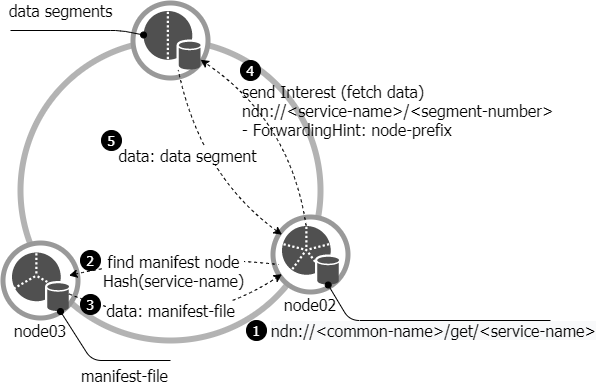
uni2u/difs keeps this draw.io diagram as img/acm21-get.png. Above is the earlier version. Source tidied: cells renumbered, new cells last; positions are measured from the earlier drawing's top-left corner, leaving out a move shared by most shapes.
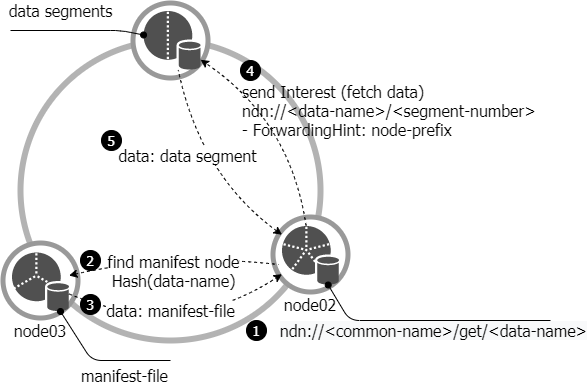
Above is the later version.

The edit, as a diff of the source:
```diff
@@ -56,7 +56,7 @@
         </Array>
       </mxGeometry>
     </mxCell>
-    <mxCell id="18" value="&lt;span style=&quot;font-size: 16px ; text-align: left ; background-color: rgb(248 , 249 , 250)&quot;&gt;ndn://&amp;lt;common-name&amp;gt;/get/&amp;lt;service-name&amp;gt;&lt;/span&gt;" style="endArrow=none;html=1;startArrow=oval;startFill=1;fontSize=16;fontFamily=Tahoma;" parent="1" edge="1" source="10">
+    <mxCell id="18" value="&lt;span style=&quot;font-size: 16px ; text-align: left ; background-color: rgb(248 , 249 , 250)&quot;&gt;ndn://&amp;lt;common-name&amp;gt;/get/&amp;lt;data-name&amp;gt;&lt;/span&gt;" style="endArrow=none;html=1;startArrow=oval;startFill=1;fontSize=16;fontFamily=Tahoma;" parent="1" edge="1" source="10">
       <mxGeometry x="-0.39" y="52" relative="1" as="geometry">
         <mxPoint x="550" y="320" as="targetPoint" />
         <Array as="points">
@@ -68,7 +68,7 @@
     <mxCell id="19" value="1" style="ellipse;whiteSpace=wrap;html=1;fontFamily=Tahoma;fontSize=14;fillColor=#000000;fontColor=#FFFFFF;" parent="1" vertex="1">
       <mxGeometry x="246" y="320" width="20" height="20" as="geometry" />
     </mxCell>
-    <mxCell id="20" value="find manifest node&lt;br style=&quot;font-size: 16px&quot;&gt;Hash(service-name)" style="endArrow=none;dashed=1;html=1;fontFamily=Tahoma;fontSize=16;curved=1;endFill=0;startArrow=classic;startFill=1;entryX=0.043;entryY=0.643;entryDx=0;entryDy=0;entryPerimeter=0;" parent="1" edge="1" source="14" target="9">
+    <mxCell id="20" value="find manifest node&lt;br style=&quot;font-size: 16px&quot;&gt;Hash(data-name)" style="endArrow=none;dashed=1;html=1;fontFamily=Tahoma;fontSize=16;curved=1;endFill=0;startArrow=classic;startFill=1;entryX=0.043;entryY=0.643;entryDx=0;entryDy=0;entryPerimeter=0;" parent="1" edge="1" source="14" target="9">
       <mxGeometry x="-0.03" y="-18" relative="1" as="geometry">
         <Array as="points">
           <mxPoint x="170" y="252" />
@@ -97,7 +97,7 @@
         </Array>
       </mxGeometry>
     </mxCell>
-    <mxCell id="25" value="&lt;font&gt;&lt;span style=&quot;font-size: 16px&quot;&gt;send Interest (fetch data)&lt;/span&gt;&lt;br&gt;&lt;span style=&quot;font-size: 16px&quot;&gt;ndn://&amp;lt;service-name&amp;gt;/&amp;lt;segment-number&amp;gt;&lt;/span&gt;&lt;br&gt;&lt;div&gt;&lt;span style=&quot;font-size: 16px&quot;&gt;- ForwardingHint: node-prefix&lt;/span&gt;&lt;/div&gt;&lt;/font&gt;" style="endArrow=classic;dashed=1;html=1;fontFamily=Tahoma;fontSize=14;endFill=1;curved=1;labelBackgroundColor=none;align=left;" parent="1" edge="1" source="10" target="6">
+    <mxCell id="25" value="&lt;font&gt;&lt;span style=&quot;font-size: 16px&quot;&gt;send Interest (fetch data)&lt;/span&gt;&lt;br&gt;&lt;span style=&quot;font-size: 16px&quot;&gt;ndn://&amp;lt;data-name&amp;gt;/&amp;lt;segment-number&amp;gt;&lt;/span&gt;&lt;br&gt;&lt;div&gt;&lt;span style=&quot;font-size: 16px&quot;&gt;- ForwardingHint: node-prefix&lt;/span&gt;&lt;/div&gt;&lt;/font&gt;" style="endArrow=classic;dashed=1;html=1;fontFamily=Tahoma;fontSize=14;endFill=1;curved=1;labelBackgroundColor=none;align=left;" parent="1" edge="1" source="10" target="6">
       <mxGeometry x="0.43" y="20" relative="1" as="geometry">
         <Array as="points">
           <mxPoint x="290" y="120" />
```
